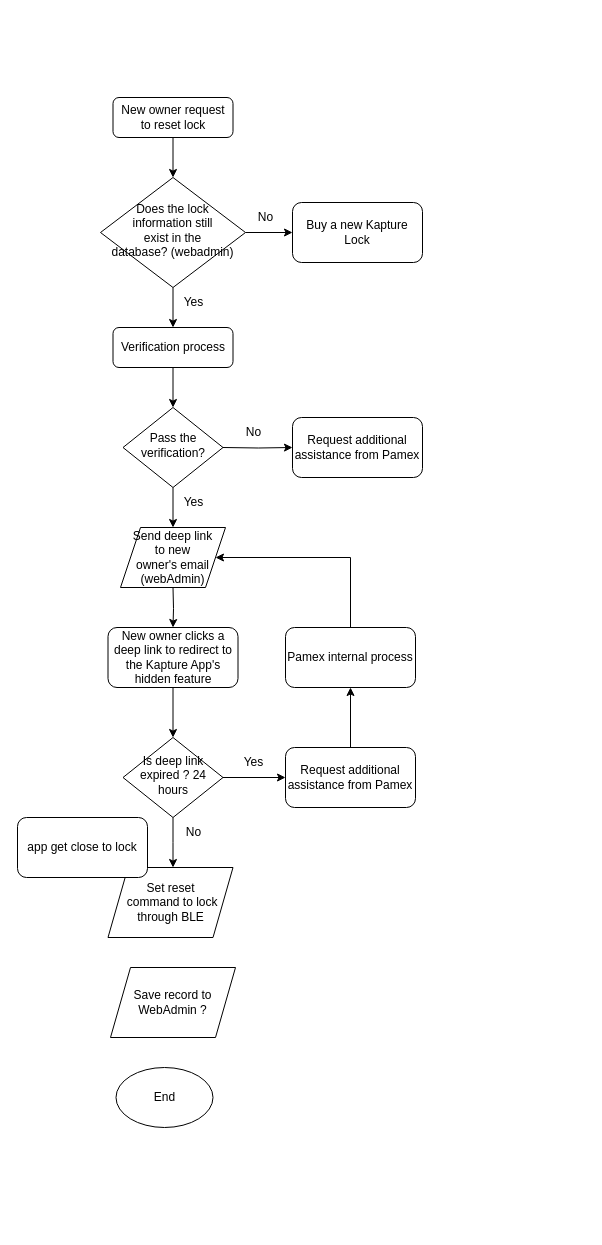
Above: 未命名圖表.drawio in kevin3747118/ALZK (draw.io), before the change. Source tidied: cells renumbered, new cells numbered last; positions are measured from the earlier drawing's top-left corner, leaving out a move shared by most shapes. Both pictures are drawn from the tidied source at 100%, with x=0, y=0 at pixel (17, 97).
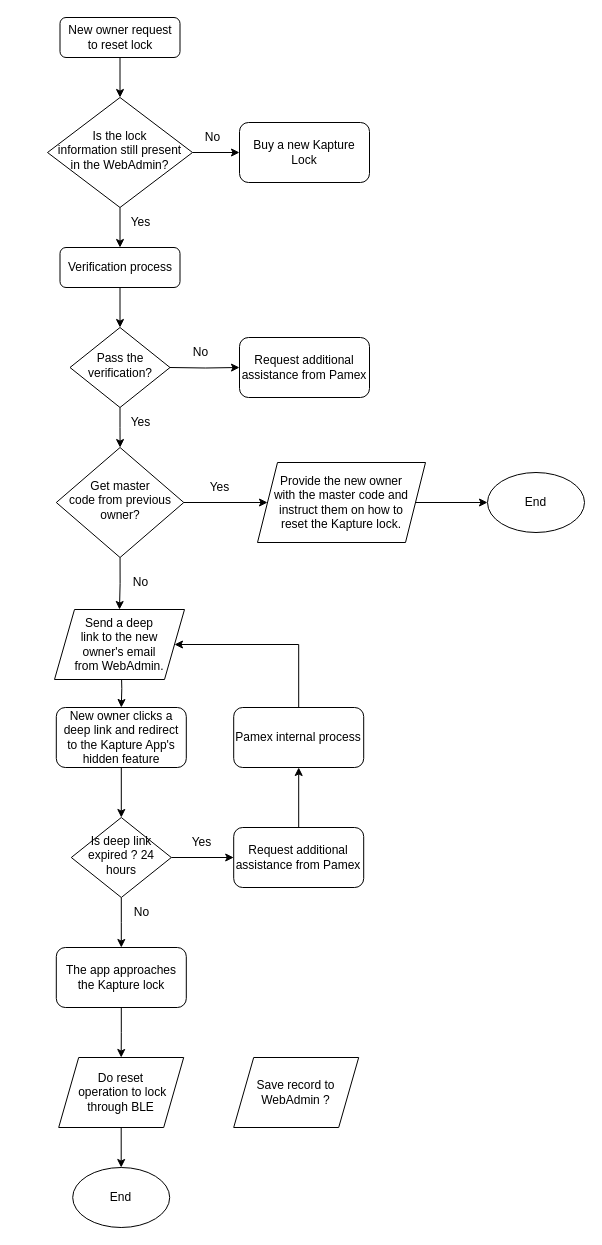
The same page after the edit.

Commit message:
更新未命名圖表.drawio

What changed in the source:
```diff
@@
     <mxCell id="3" value="New owner request &lt;br&gt;to reset lock" style="rounded=1;whiteSpace=wrap;html=1;fontSize=12;glass=0;strokeWidth=1;shadow=0;" parent="1" vertex="1">
-      <mxGeometry x="95.5" width="120" height="40" as="geometry" />
+      <mxGeometry x="42.5" y="-80" width="120" height="40" as="geometry" />
     </mxCell>
@@
     <mxCell id="5" value="Verification process" style="rounded=1;whiteSpace=wrap;html=1;fontSize=12;glass=0;strokeWidth=1;shadow=0;" parent="1" vertex="1">
-      <mxGeometry x="95.5" y="230" width="120" height="40" as="geometry" />
+      <mxGeometry x="42.5" y="150" width="120" height="40" as="geometry" />
     </mxCell>
-    <mxCell id="6" style="edgeStyle=orthogonalEdgeStyle;rounded=0;jettySize=auto;html=1;exitX=0.5;exitY=1;exitDx=0;exitDy=0;entryX=0.5;entryY=0;entryDx=0;entryDy=0;" parent="1" edge="1" source="7" target="20">
-      <mxGeometry relative="1" as="geometry" />
-    </mxCell>
+    <mxCell id="35" style="edgeStyle=orthogonalEdgeStyle;rounded=0;jettySize=auto;html=1;exitX=0.5;exitY=1;exitDx=0;exitDy=0;" parent="1" edge="1" source="7" target="40">
+      <mxGeometry relative="1" as="geometry" />
+    </mxCell>
     <mxCell id="7" value="Pass the verification?" style="rhombus;whiteSpace=wrap;html=1;shadow=0;fontFamily=Helvetica;fontSize=12;align=center;strokeWidth=1;spacing=6;spacingTop=-4;" parent="1" vertex="1">
-      <mxGeometry x="105.5" y="310" width="100" height="80" as="geometry" />
+      <mxGeometry x="52.5" y="230" width="100" height="80" as="geometry" />
     </mxCell>
     <mxCell id="8" style="edgeStyle=orthogonalEdgeStyle;rounded=0;jettySize=auto;html=1;exitX=0.5;exitY=1;exitDx=0;exitDy=0;entryX=0.5;entryY=0;entryDx=0;entryDy=0;" parent="1" edge="1" target="13">
       <mxGeometry relative="1" as="geometry">
-        <mxPoint x="155.5" y="490" as="sourcePoint" />
+        <mxPoint x="103.8" y="570" as="sourcePoint" />
       </mxGeometry>
     </mxCell>
     <mxCell id="9" style="edgeStyle=orthogonalEdgeStyle;rounded=0;jettySize=auto;html=1;exitX=0.5;exitY=1;exitDx=0;exitDy=0;entryX=0.5;entryY=0;entryDx=0;entryDy=0;" parent="1" edge="1" source="11">
       <mxGeometry relative="1" as="geometry">
-        <mxPoint x="155.5" y="770" as="targetPoint" />
+        <mxPoint x="103.8" y="850" as="targetPoint" />
       </mxGeometry>
     </mxCell>
@@
     <mxCell id="11" value="Is deep link expired ? 24 hours" style="rhombus;whiteSpace=wrap;html=1;shadow=0;fontFamily=Helvetica;fontSize=12;align=center;strokeWidth=1;spacing=6;spacingTop=-4;" parent="1" vertex="1">
-      <mxGeometry x="105.5" y="640" width="100" height="80" as="geometry" />
+      <mxGeometry x="53.8" y="720" width="100" height="80" as="geometry" />
     </mxCell>
@@
-    <mxCell id="13" value="New owner clicks a deep link to redirect to the Kapture App's hidden feature" style="rounded=1;whiteSpace=wrap;html=1;fontSize=12;glass=0;strokeWidth=1;shadow=0;" parent="1" vertex="1">
-      <mxGeometry x="90.5" y="530" width="130" height="60" as="geometry" />
+    <mxCell id="13" value="New owner clicks a deep link and redirect to the Kapture App's hidden feature" style="rounded=1;whiteSpace=wrap;html=1;fontSize=12;glass=0;strokeWidth=1;shadow=0;" parent="1" vertex="1">
+      <mxGeometry x="38.8" y="610" width="130" height="60" as="geometry" />
     </mxCell>
     <mxCell id="14" value="No" style="text;html=1;align=center;verticalAlign=middle;strokeColor=none;fillColor=none;" parent="1" vertex="1">
-      <mxGeometry x="155.5" y="720" width="40" height="30" as="geometry" />
+      <mxGeometry x="103.8" y="800" width="40" height="30" as="geometry" />
     </mxCell>
+    <mxCell id="36" style="edgeStyle=orthogonalEdgeStyle;rounded=0;jettySize=auto;html=1;exitX=0.5;exitY=1;exitDx=0;exitDy=0;entryX=0.5;entryY=0;entryDx=0;entryDy=0;" parent="1" edge="1" source="15" target="22">
+      <mxGeometry relative="1" as="geometry" />
+    </mxCell>
-    <mxCell id="15" value="Set reset&lt;br&gt;&amp;nbsp;command&amp;nbsp;to lock through BLE" style="shape=parallelogram;perimeter=parallelogramPerimeter;whiteSpace=wrap;html=1;fixedSize=1;" parent="1" vertex="1">
-      <mxGeometry x="90.5" y="770" width="125" height="70" as="geometry" />
+    <mxCell id="15" value="Do reset&lt;br&gt;&amp;nbsp;operation to lock through BLE" style="shape=parallelogram;perimeter=parallelogramPerimeter;whiteSpace=wrap;html=1;fixedSize=1;" parent="1" vertex="1">
+      <mxGeometry x="41.2" y="960" width="125" height="70" as="geometry" />
     </mxCell>
@@
-    <mxCell id="18" value="Does the lock information still &lt;br&gt;exist in the &lt;br&gt;database? (webadmin)" style="rhombus;whiteSpace=wrap;html=1;shadow=0;fontFamily=Helvetica;fontSize=12;align=center;strokeWidth=1;spacing=6;spacingTop=-4;" parent="1" vertex="1">
-      <mxGeometry x="83" y="80" width="145" height="110" as="geometry" />
+    <mxCell id="18" value="Is the lock &lt;br&gt;information still present in the WebAdmin?" style="rhombus;whiteSpace=wrap;html=1;shadow=0;fontFamily=Helvetica;fontSize=12;align=center;strokeWidth=1;spacing=6;spacingTop=-4;" parent="1" vertex="1">
+      <mxGeometry x="30" width="145" height="110" as="geometry" />
     </mxCell>
     <mxCell id="19" value="Yes" style="text;html=1;align=center;verticalAlign=middle;strokeColor=none;fillColor=none;" parent="1" vertex="1">
-      <mxGeometry x="155.5" y="190" width="40" height="30" as="geometry" />
+      <mxGeometry x="102.5" y="110" width="40" height="30" as="geometry" />
     </mxCell>
-    <mxCell id="20" value="Send deep link &lt;br&gt;to new &lt;br&gt;owner's email (webAdmin)" style="shape=parallelogram;perimeter=parallelogramPerimeter;whiteSpace=wrap;html=1;fixedSize=1;" parent="1" vertex="1">
-      <mxGeometry x="103" y="430" width="105" height="60" as="geometry" />
+    <mxCell id="20" value="Send a deep &lt;br&gt;link to the new &lt;br&gt;owner's email &lt;br&gt;from WebAdmin." style="shape=parallelogram;perimeter=parallelogramPerimeter;whiteSpace=wrap;html=1;fixedSize=1;" parent="1" vertex="1">
+      <mxGeometry x="37" y="512" width="130" height="70" as="geometry" />
     </mxCell>
     <mxCell id="21" value="Yes" style="text;html=1;align=center;verticalAlign=middle;strokeColor=none;fillColor=none;" parent="1" vertex="1">
-      <mxGeometry x="155.5" y="390" width="40" height="30" as="geometry" />
+      <mxGeometry x="102.5" y="310" width="40" height="30" as="geometry" />
     </mxCell>
     <mxCell id="22" value="End" style="ellipse;whiteSpace=wrap;html=1;" parent="1" vertex="1">
-      <mxGeometry x="98.5" y="970" width="97" height="60" as="geometry" />
+      <mxGeometry x="55.2" y="1070" width="97" height="60" as="geometry" />
     </mxCell>
@@
     <mxCell id="24" value="Request&amp;nbsp;additional assistance from Pamex" style="rounded=1;whiteSpace=wrap;html=1;fontSize=12;glass=0;strokeWidth=1;shadow=0;" parent="1" vertex="1">
-      <mxGeometry x="268" y="650" width="130" height="60" as="geometry" />
+      <mxGeometry x="216.2" y="730" width="130" height="60" as="geometry" />
     </mxCell>
     <mxCell id="25" value="Yes" style="text;html=1;align=center;verticalAlign=middle;strokeColor=none;fillColor=none;" parent="1" vertex="1">
-      <mxGeometry x="215.5" y="650" width="40" height="30" as="geometry" />
+      <mxGeometry x="163.8" y="730" width="40" height="30" as="geometry" />
     </mxCell>
     <mxCell id="26" value="Buy a new Kapture Lock" style="rounded=1;whiteSpace=wrap;html=1;fontSize=12;glass=0;strokeWidth=1;shadow=0;" parent="1" vertex="1">
-      <mxGeometry x="275" y="105" width="130" height="60" as="geometry" />
+      <mxGeometry x="222" y="25" width="130" height="60" as="geometry" />
     </mxCell>
     <mxCell id="27" value="No" style="text;html=1;align=center;verticalAlign=middle;strokeColor=none;fillColor=none;" parent="1" vertex="1">
-      <mxGeometry x="228" y="105" width="40" height="30" as="geometry" />
+      <mxGeometry x="175" y="25" width="40" height="30" as="geometry" />
     </mxCell>
     <mxCell id="28" style="edgeStyle=orthogonalEdgeStyle;rounded=0;jettySize=auto;html=1;exitX=1;exitY=0.5;exitDx=0;exitDy=0;" parent="1" edge="1" target="29">
       <mxGeometry relative="1" as="geometry">
-        <mxPoint x="205.5" y="350" as="sourcePoint" />
+        <mxPoint x="152.5" y="270" as="sourcePoint" />
       </mxGeometry>
     </mxCell>
     <mxCell id="29" value="Request&amp;nbsp;additional assistance from Pamex" style="rounded=1;whiteSpace=wrap;html=1;fontSize=12;glass=0;strokeWidth=1;shadow=0;" parent="1" vertex="1">
-      <mxGeometry x="275" y="320" width="130" height="60" as="geometry" />
+      <mxGeometry x="222" y="240" width="130" height="60" as="geometry" />
     </mxCell>
     <mxCell id="30" value="No" style="text;html=1;align=center;verticalAlign=middle;strokeColor=none;fillColor=none;" parent="1" vertex="1">
-      <mxGeometry x="215.5" y="320" width="40" height="30" as="geometry" />
+      <mxGeometry x="162.5" y="240" width="40" height="30" as="geometry" />
     </mxCell>
     <mxCell id="31" style="edgeStyle=orthogonalEdgeStyle;rounded=0;jettySize=auto;html=1;exitX=0.5;exitY=0;exitDx=0;exitDy=0;entryX=1;entryY=0.5;entryDx=0;entryDy=0;" parent="1" edge="1" source="32" target="20">
       <mxGeometry relative="1" as="geometry">
         <Array as="points">
-          <mxPoint x="333" y="460" />
+          <mxPoint x="281" y="547" />
         </Array>
       </mxGeometry>
     </mxCell>
     <mxCell id="32" value="Pamex internal process" style="rounded=1;whiteSpace=wrap;html=1;fontSize=12;glass=0;strokeWidth=1;shadow=0;" parent="1" vertex="1">
-      <mxGeometry x="268" y="530" width="130" height="60" as="geometry" />
+      <mxGeometry x="216.2" y="610" width="130" height="60" as="geometry" />
     </mxCell>
     <mxCell id="33" value="Save record to WebAdmin ?" style="shape=parallelogram;perimeter=parallelogramPerimeter;whiteSpace=wrap;html=1;fixedSize=1;" parent="1" vertex="1">
-      <mxGeometry x="93" y="870" width="125" height="70" as="geometry" />
+      <mxGeometry x="216.2" y="960" width="125" height="70" as="geometry" />
     </mxCell>
+    <mxCell id="37" style="edgeStyle=orthogonalEdgeStyle;rounded=0;jettySize=auto;html=1;exitX=0.5;exitY=1;exitDx=0;exitDy=0;entryX=0.5;entryY=0;entryDx=0;entryDy=0;" parent="1" edge="1" source="34" target="15">
+      <mxGeometry relative="1" as="geometry" />
+    </mxCell>
-    <mxCell id="34" value="app get close to lock" style="rounded=1;whiteSpace=wrap;html=1;fontSize=12;glass=0;strokeWidth=1;shadow=0;" parent="1" vertex="1">
-      <mxGeometry y="720" width="130" height="60" as="geometry" />
+    <mxCell id="34" value="The app approaches the Kapture lock" style="rounded=1;whiteSpace=wrap;html=1;fontSize=12;glass=0;strokeWidth=1;shadow=0;" parent="1" vertex="1">
+      <mxGeometry x="38.8" y="850" width="130" height="60" as="geometry" />
     </mxCell>
+    <mxCell id="38" style="edgeStyle=orthogonalEdgeStyle;rounded=0;jettySize=auto;html=1;exitX=0.5;exitY=1;exitDx=0;exitDy=0;" parent="1" edge="1" source="40" target="20">
+      <mxGeometry relative="1" as="geometry" />
+    </mxCell>
+    <mxCell id="39" style="edgeStyle=orthogonalEdgeStyle;rounded=0;jettySize=auto;html=1;exitX=1;exitY=0.5;exitDx=0;exitDy=0;" parent="1" edge="1" source="40" target="43">
+      <mxGeometry relative="1" as="geometry" />
+    </mxCell>
+    <mxCell id="40" value="Get master &lt;br&gt;code from previous owner?" style="rhombus;whiteSpace=wrap;html=1;shadow=0;fontFamily=Helvetica;fontSize=12;align=center;strokeWidth=1;spacing=6;spacingTop=-4;" parent="1" vertex="1">
+      <mxGeometry x="38.8" y="350" width="127.5" height="110" as="geometry" />
+    </mxCell>
+    <mxCell id="41" value="No" style="text;html=1;align=center;verticalAlign=middle;strokeColor=none;fillColor=none;" parent="1" vertex="1">
+      <mxGeometry x="102.5" y="470" width="40" height="30" as="geometry" />
+    </mxCell>
+    <mxCell id="42" style="edgeStyle=orthogonalEdgeStyle;rounded=0;jettySize=auto;html=1;exitX=1;exitY=0.5;exitDx=0;exitDy=0;entryX=0;entryY=0.5;entryDx=0;entryDy=0;" parent="1" edge="1" source="43" target="44">
+      <mxGeometry relative="1" as="geometry" />
+    </mxCell>
+    <mxCell id="43" value="Provide the new owner &lt;br&gt;with the master code and instruct them on how to &lt;br&gt;reset the Kapture lock." style="shape=parallelogram;perimeter=parallelogramPerimeter;whiteSpace=wrap;html=1;fixedSize=1;" parent="1" vertex="1">
+      <mxGeometry x="240" y="365" width="168" height="80" as="geometry" />
+    </mxCell>
+    <mxCell id="44" value="End" style="ellipse;whiteSpace=wrap;html=1;" parent="1" vertex="1">
+      <mxGeometry x="470" y="375" width="97" height="60" as="geometry" />
+    </mxCell>
+    <mxCell id="45" value="Yes" style="text;html=1;align=center;verticalAlign=middle;strokeColor=none;fillColor=none;" parent="1" vertex="1">
+      <mxGeometry x="182" y="375" width="40" height="30" as="geometry" />
+    </mxCell>
```
